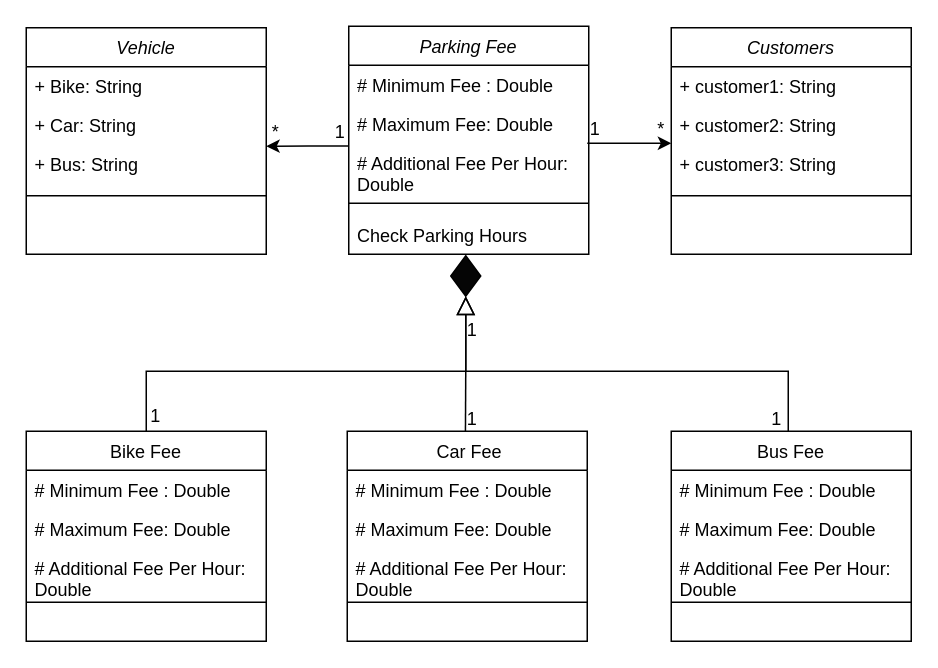
Before: Untitled Diagram.drawio in salman141/Class-Diagrams-for-Car-Parking-Calculator, a draw.io diagram. Source tidied: cells renumbered, new cells numbered last; positions are measured from the earlier drawing's top-left corner, leaving out a move shared by most shapes. Both pictures are drawn from the tidied source at 150%, with x=0, y=0 at pixel (26, 26).
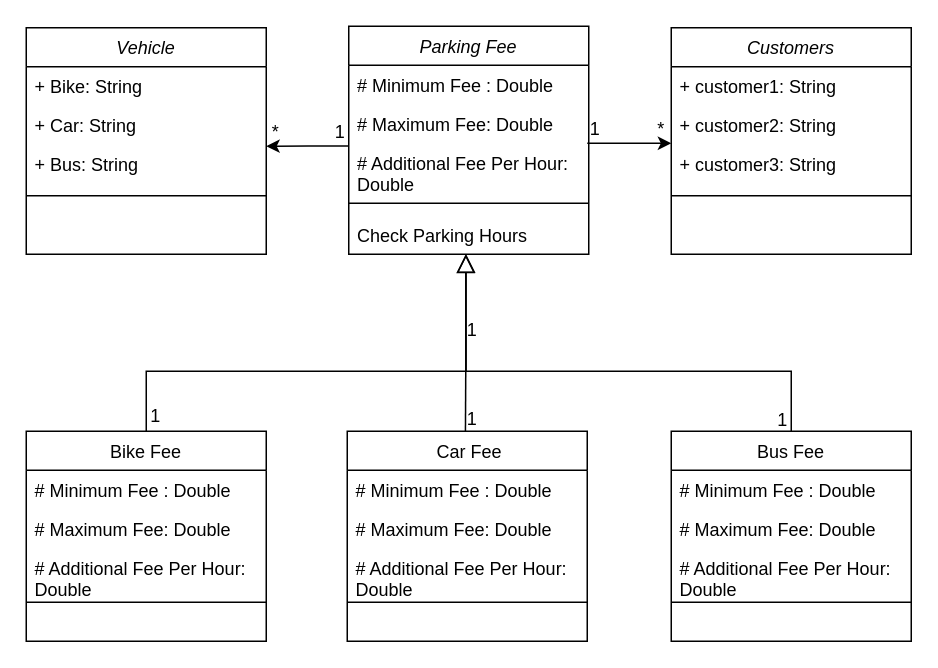
After the change.

Unchanged cells that the change refers to:
```xml
<mxCell id="7" value="Check Parking Hours" style="text;align=left;verticalAlign=top;spacingLeft=4;spacingRight=4;overflow=hidden;points=[[0,0.5],[1,0.5]];portConstraint=eastwest;rounded=0;shadow=0;html=0;" parent="2" vertex="1">
  <mxGeometry y="126" width="160" height="26" as="geometry" />
</mxCell>
<mxCell id="14" value="Bus Fee" style="swimlane;fontStyle=0;align=center;verticalAlign=top;horizontal=1;startSize=26;rounded=0;shadow=0;strokeWidth=1;" parent="1" vertex="1">
  <mxGeometry x="430" y="270" width="160" height="140" as="geometry" />
</mxCell>
<mxCell id="19" value="Bike Fee" style="swimlane;fontStyle=0;align=center;verticalAlign=top;horizontal=1;startSize=26;rounded=0;shadow=0;strokeWidth=1;" parent="1" vertex="1">
  <mxGeometry y="270" width="160" height="140" as="geometry" />
</mxCell>
```

Diff of the diagram source:
```diff
@@
-    <mxCell id="13" style="endArrow=block;endSize=10;endFill=0;shadow=0;strokeWidth=1;rounded=0;edgeStyle=elbowEdgeStyle;elbow=vertical;exitX=0.5;exitY=0;exitDx=0;exitDy=0;" parent="1" edge="1">
+    <mxCell id="13" style="endArrow=block;endSize=10;endFill=0;shadow=0;strokeWidth=1;rounded=0;edgeStyle=elbowEdgeStyle;elbow=vertical;exitX=0.5;exitY=0;exitDx=0;exitDy=0;" parent="1" edge="1" source="14">
       <mxGeometry relative="1" as="geometry">
-        <mxPoint x="508" y="270" as="sourcePoint" />
-        <mxPoint x="293" y="180" as="targetPoint" />
+        <mxPoint x="293" y="152" as="targetPoint" />
         <Array as="points">
-          <mxPoint x="399" y="230" />
-          <mxPoint x="505" y="229" />
-          <mxPoint x="591" y="209" />
+          <mxPoint x="401" y="230" />
+          <mxPoint x="505" y="201" />
+          <mxPoint x="591" y="181" />
         </Array>
       </mxGeometry>
     </mxCell>
@@
-    <mxCell id="37" style="endArrow=block;endSize=10;endFill=0;shadow=0;strokeWidth=1;rounded=0;edgeStyle=elbowEdgeStyle;elbow=vertical;exitX=0.5;exitY=0;exitDx=0;exitDy=0;" parent="1" edge="1" source="19">
+    <mxCell id="37" style="endArrow=block;endSize=10;endFill=0;shadow=0;strokeWidth=1;rounded=0;edgeStyle=elbowEdgeStyle;elbow=vertical;exitX=0.5;exitY=0;exitDx=0;exitDy=0;entryX=0.489;entryY=0.996;entryDx=0;entryDy=0;entryPerimeter=0;" parent="1" edge="1" source="19" target="7">
       <mxGeometry relative="1" as="geometry">
-        <mxPoint x="293" y="180" as="targetPoint" />
         <Array as="points">
           <mxPoint x="191" y="230" />
           <mxPoint x="526" y="249" />
           <mxPoint x="612" y="229" />
         </Array>
       </mxGeometry>
     </mxCell>
-    <mxCell id="38" style="rhombus;whiteSpace=wrap;html=1;fillColor=#050505;" parent="1" vertex="1">
-      <mxGeometry x="283" y="153" width="20" height="27" as="geometry" />
-    </mxCell>
@@
     <mxCell id="46" value="1" style="text;html=1;align=center;verticalAlign=middle;strokeColor=none;fillColor=none;" parent="1" vertex="1">
-      <mxGeometry x="485" y="247" width="30" height="30" as="geometry" />
+      <mxGeometry x="489" y="248" width="30" height="30" as="geometry" />
     </mxCell>
```
